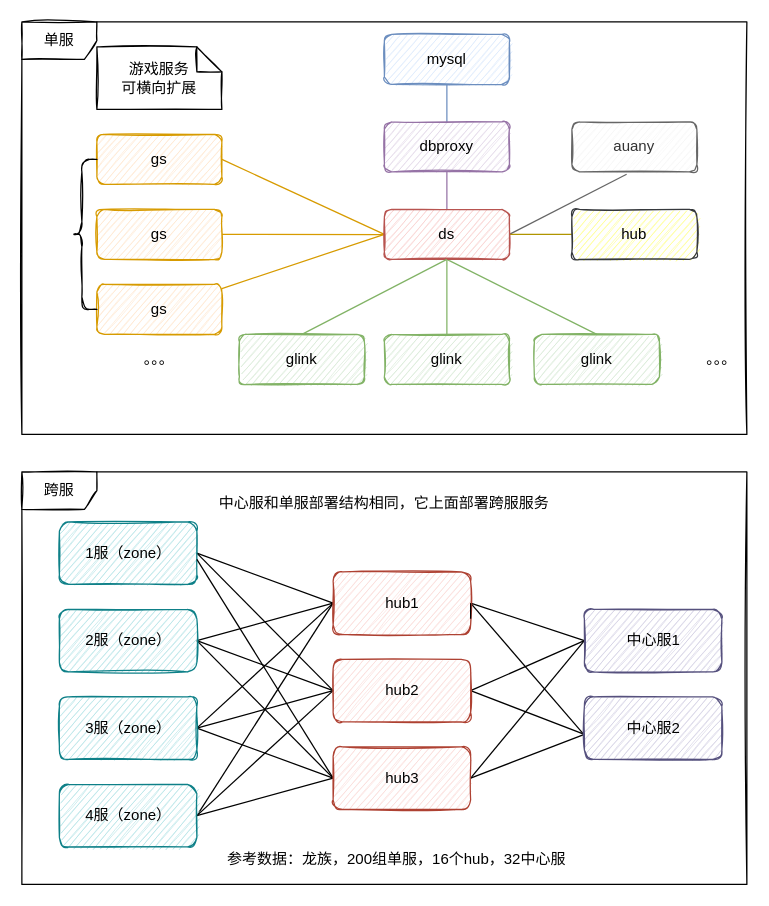
hsoul/lqua keeps this draw.io diagram as page "服务器整体架构" (9 of 9) of i-server.drawio. Above is the earlier version. Source tidied: cells renumbered, new cells numbered last; positions are measured from the earlier drawing's top-left corner, leaving out a move shared by most shapes. Both pictures are drawn from the tidied source at 125%, with x=0, y=0 at pixel (21, 21).
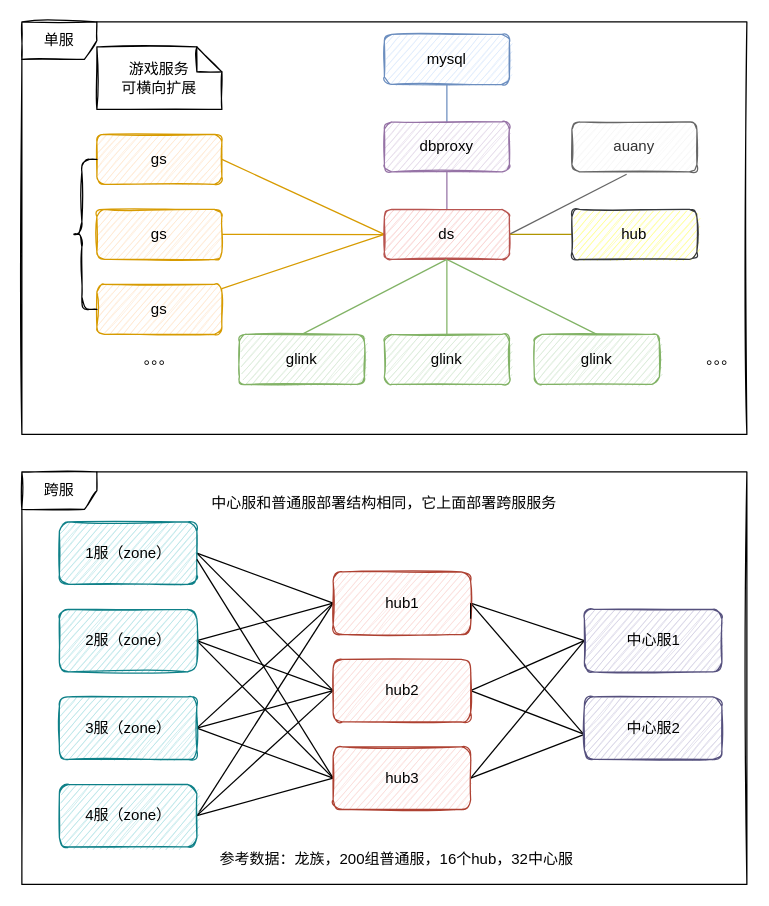
The same diagram, later.

The edit, as a diff of the source:
```diff
@@
-    <mxCell id="56" value="中心服和单服部署结构相同，它上面部署跨服服务" style="text;html=1;strokeColor=none;fillColor=none;align=center;verticalAlign=middle;whiteSpace=wrap;rounded=0;" parent="1" vertex="1">
+    <mxCell id="56" value="中心服和普通服部署结构相同，它上面部署跨服服务" style="text;html=1;strokeColor=none;fillColor=none;align=center;verticalAlign=middle;whiteSpace=wrap;rounded=0;" parent="1" vertex="1">
       <mxGeometry x="130" y="375" width="320" height="20" as="geometry" />
     </mxCell>
-    <mxCell id="57" value="参考数据：龙族，200组单服，16个hub，32中心服" style="text;html=1;strokeColor=none;fillColor=none;align=center;verticalAlign=middle;whiteSpace=wrap;rounded=0;" parent="1" vertex="1">
+    <mxCell id="57" value="参考数据：龙族，200组普通服，16个hub，32中心服" style="text;html=1;strokeColor=none;fillColor=none;align=center;verticalAlign=middle;whiteSpace=wrap;rounded=0;" parent="1" vertex="1">
       <mxGeometry x="140" y="660" width="320" height="20" as="geometry" />
     </mxCell>
```
